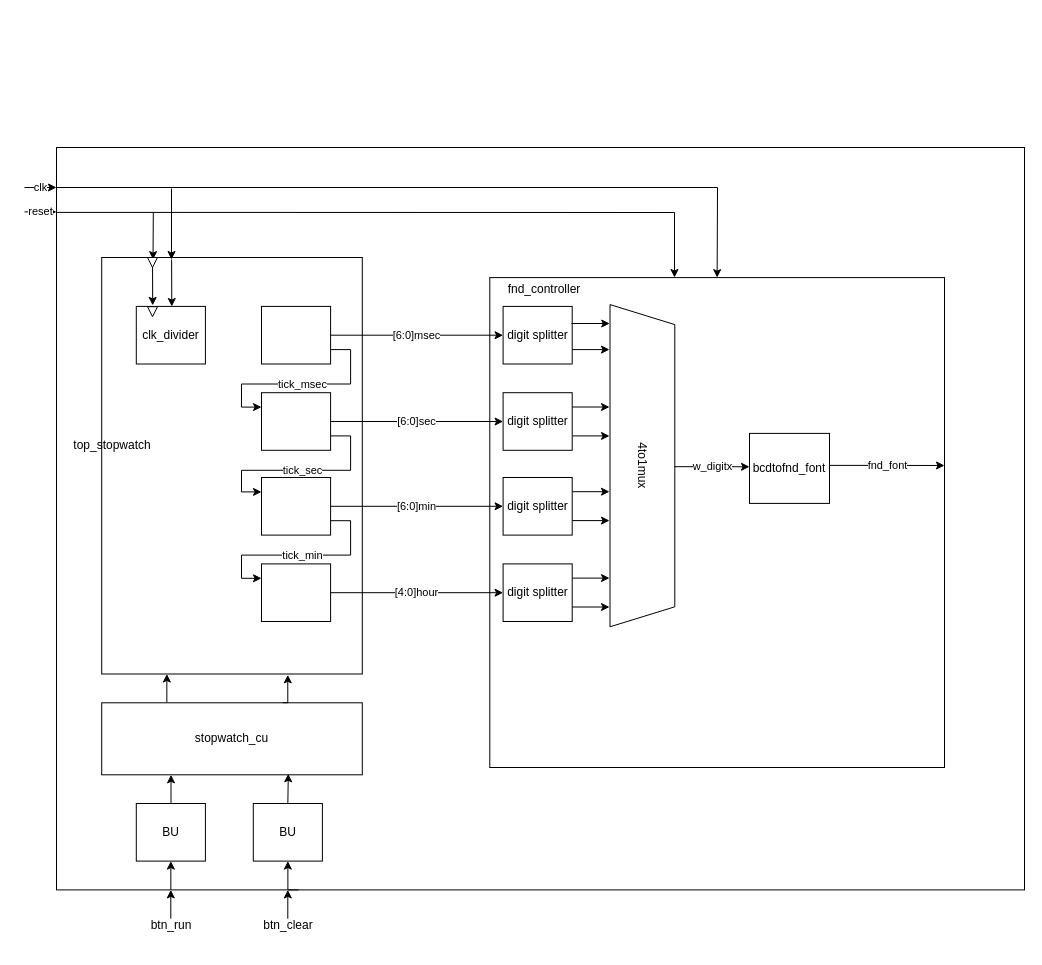
Before: mearly.drawio in kapterhan/darw_io_test, a draw.io diagram. Source tidied: cells renumbered, new cells numbered last; positions are measured from the earlier drawing's top-left corner, leaving out a move shared by most shapes. Both pictures are drawn from the tidied source at 100%, with x=0, y=0 at pixel (24, 147).
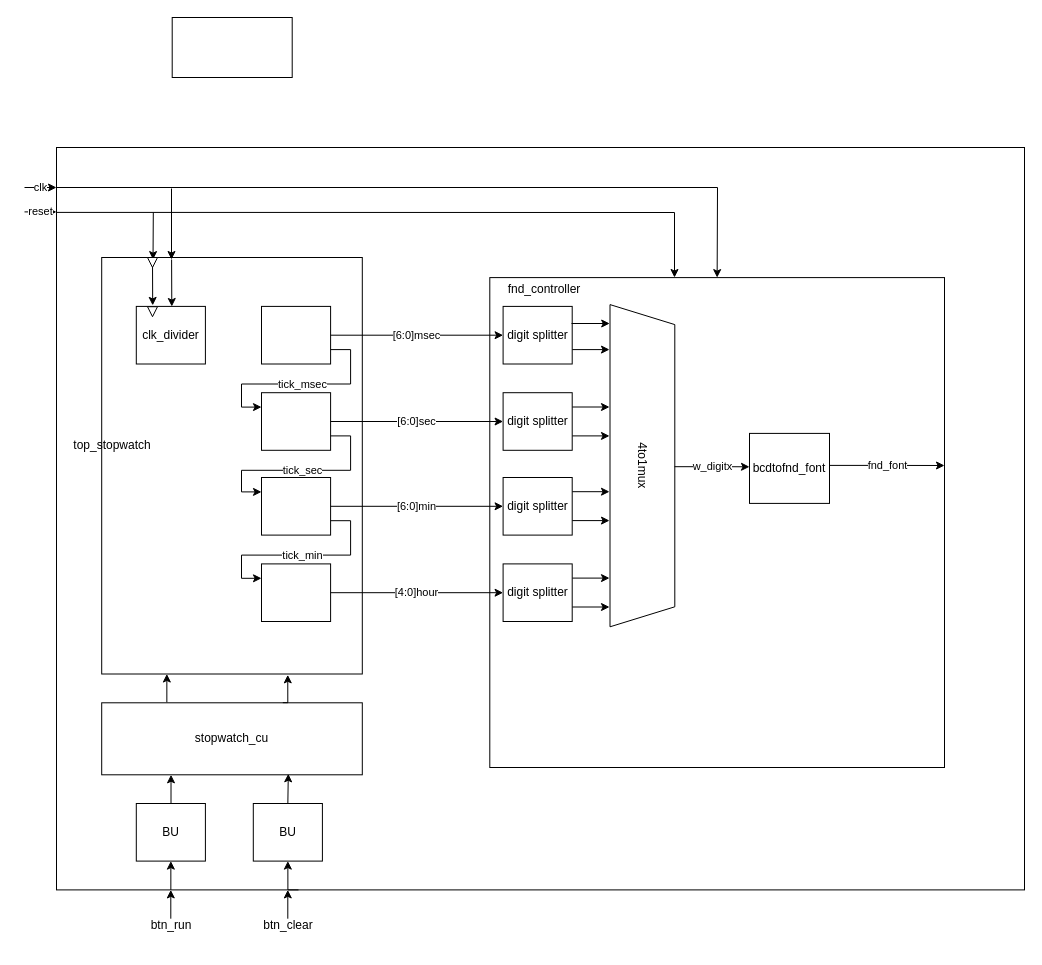
The same page after the edit.

What changed in the source:
```diff
@@
+    <mxCell id="58" style="whiteSpace=wrap;html=1;" parent="1" vertex="1">
+      <mxGeometry x="147.7" y="-130" width="120" height="60" as="geometry" />
+    </mxCell>
```
